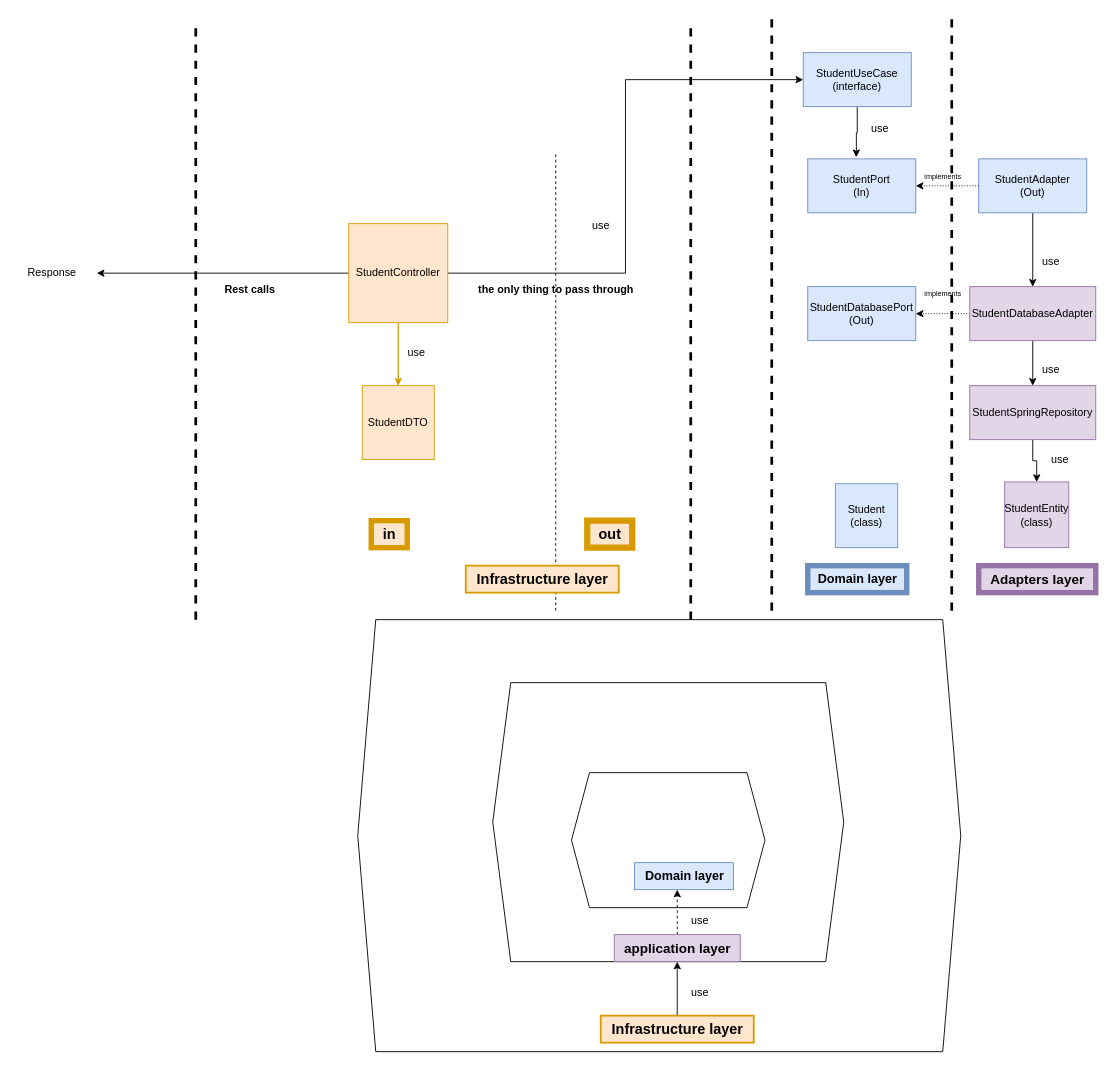
Before: hexagonal-architecure/my-poc-hexagonal/Diagram-hexagonal.drawio in amirensit/pocs, a draw.io diagram. Source tidied: cells renumbered, new cells numbered last; positions are measured from the earlier drawing's top-left corner, leaving out a move shared by most shapes. Both pictures are drawn from the tidied source at 90%, with x=0, y=0 at pixel (15, 16).
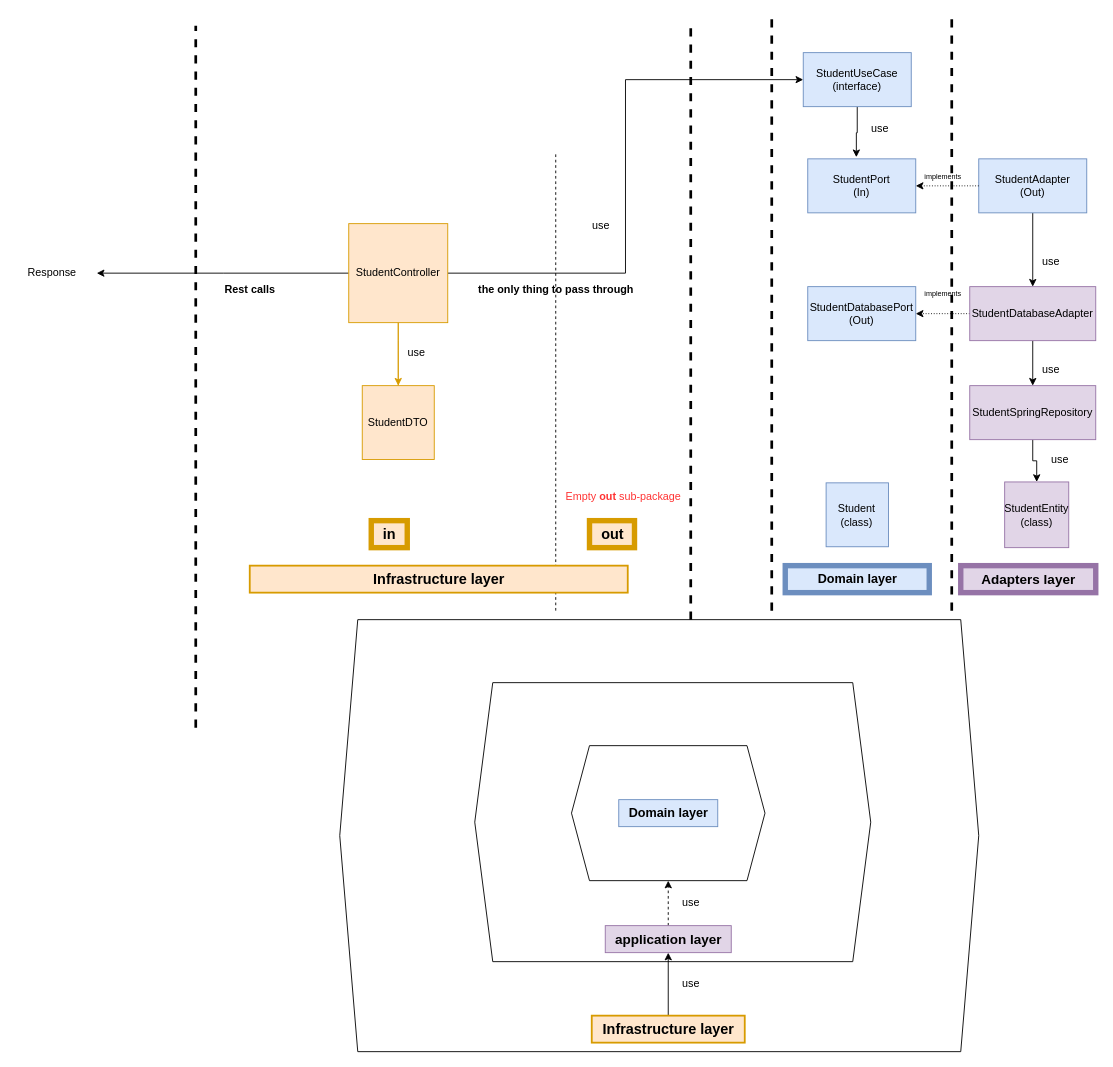
After the change.

Change to the diagram source:
```diff
@@
     <mxCell id="3" style="shape=hexagon;perimeter=hexagonPerimeter2;whiteSpace=wrap;html=1;fixedSize=1;" parent="1" vertex="1">
-      <mxGeometry x="380" y="670" width="670" height="480" as="geometry" />
+      <mxGeometry x="360" y="670" width="710" height="480" as="geometry" />
     </mxCell>
     <mxCell id="4" style="shape=hexagon;perimeter=hexagonPerimeter2;whiteSpace=wrap;html=1;fixedSize=1;" parent="1" vertex="1">
-      <mxGeometry x="530" y="740" width="390" height="310" as="geometry" />
+      <mxGeometry x="510" y="740" width="440" height="310" as="geometry" />
     </mxCell>
@@
     <mxCell id="7" value="Student&lt;br&gt;(class)" style="whiteSpace=wrap;html=1;fillColor=#dae8fc;strokeColor=#6c8ebf;" parent="1" vertex="1">
-      <mxGeometry x="910.7" y="519" width="69.3" height="71" as="geometry" />
+      <mxGeometry x="900.4" y="518" width="69.3" height="71" as="geometry" />
     </mxCell>
@@
     <mxCell id="10" value="&lt;font size=&quot;1&quot; style=&quot;&quot;&gt;&lt;b style=&quot;font-size: 15px;&quot;&gt;Adapters layer&lt;/b&gt;&lt;/font&gt;" style="text;html=1;align=center;verticalAlign=middle;strokeColor=#9673a6;fillColor=#e1d5e7;strokeWidth=6;" parent="1" vertex="1">
-      <mxGeometry x="1070" y="610" width="130" height="30" as="geometry" />
+      <mxGeometry x="1050" y="610" width="150" height="30" as="geometry" />
     </mxCell>
@@
     <mxCell id="16" value="&lt;b&gt;&lt;font style=&quot;font-size: 14px;&quot;&gt;Domain layer&lt;/font&gt;&lt;/b&gt;" style="text;html=1;align=center;verticalAlign=middle;strokeColor=#6c8ebf;fillColor=#dae8fc;strokeWidth=6;" parent="1" vertex="1">
-      <mxGeometry x="880" y="610" width="110" height="30" as="geometry" />
+      <mxGeometry x="855" y="610" width="160" height="30" as="geometry" />
     </mxCell>
     <mxCell id="17" style="shape=hexagon;perimeter=hexagonPerimeter2;whiteSpace=wrap;html=1;fixedSize=1;" parent="1" vertex="1">
-      <mxGeometry x="617.5" y="840" width="215" height="150" as="geometry" />
+      <mxGeometry x="617.5" y="810" width="215" height="150" as="geometry" />
     </mxCell>
@@
     <mxCell id="19" value="&lt;font style=&quot;font-size: 16px;&quot;&gt;&lt;b&gt;Infrastructure layer&lt;br&gt;&lt;/b&gt;&lt;/font&gt;" style="text;html=1;align=center;verticalAlign=middle;points=[];strokeColor=#d79b00;fillColor=#ffe6cc;strokeWidth=2;" parent="1" vertex="1">
-      <mxGeometry x="650" y="1110" width="170" height="30" as="geometry" />
+      <mxGeometry x="640" y="1110" width="170" height="30" as="geometry" />
     </mxCell>
     <mxCell id="20" value="&lt;b&gt;&lt;font style=&quot;font-size: 14px;&quot;&gt;Domain layer&lt;/font&gt;&lt;/b&gt;" style="text;html=1;align=center;verticalAlign=middle;strokeColor=#6c8ebf;fillColor=#dae8fc;" parent="1" vertex="1">
-      <mxGeometry x="687.5" y="940" width="110" height="30" as="geometry" />
+      <mxGeometry x="670" y="870" width="110" height="30" as="geometry" />
     </mxCell>
-    <mxCell id="21" style="edgeStyle=orthogonalEdgeStyle;rounded=0;jettySize=auto;html=1;dashed=1;flowAnimation=1;" parent="1" edge="1" source="22">
-      <mxGeometry relative="1" as="geometry">
-        <mxPoint x="735" y="970" as="targetPoint" />
-      </mxGeometry>
+    <mxCell id="21" style="edgeStyle=orthogonalEdgeStyle;rounded=0;jettySize=auto;html=1;dashed=1;flowAnimation=1;entryX=0.5;entryY=1;entryDx=0;entryDy=0;" parent="1" edge="1" source="22" target="17">
+      <mxGeometry relative="1" as="geometry" />
     </mxCell>
     <mxCell id="22" value="&lt;font size=&quot;1&quot; style=&quot;&quot;&gt;&lt;b style=&quot;font-size: 15px;&quot;&gt;application layer&lt;/b&gt;&lt;/font&gt;" style="text;html=1;align=center;verticalAlign=middle;points=[];strokeColor=#9673a6;fillColor=#e1d5e7;" parent="1" vertex="1">
-      <mxGeometry x="665" y="1020" width="140" height="30" as="geometry" />
+      <mxGeometry x="655" y="1010" width="140" height="30" as="geometry" />
     </mxCell>
     <mxCell id="23" value="use" style="text;html=1;align=center;verticalAlign=middle;" parent="1" vertex="1">
-      <mxGeometry x="740" y="990" width="40" height="30" as="geometry" />
+      <mxGeometry x="730" y="970" width="40" height="30" as="geometry" />
     </mxCell>
     <mxCell id="24" value="use" style="text;html=1;align=center;verticalAlign=middle;" parent="1" vertex="1">
-      <mxGeometry x="740" y="1070" width="40" height="30" as="geometry" />
+      <mxGeometry x="730" y="1060" width="40" height="30" as="geometry" />
     </mxCell>
@@
-    <mxCell id="26" value="&lt;font style=&quot;font-size: 16px;&quot;&gt;&lt;b&gt;out&lt;br&gt;&lt;/b&gt;&lt;/font&gt;" style="text;html=1;align=center;verticalAlign=middle;strokeColor=#d79b00;fillColor=#ffe6cc;strokeWidth=7;" parent="1" vertex="1">
-      <mxGeometry x="635" y="560" width="50" height="30" as="geometry" />
+    <mxCell id="26" value="&lt;font style=&quot;font-size: 16px;&quot;&gt;&lt;b&gt;out&lt;br&gt;&lt;/b&gt;&lt;/font&gt;" style="text;html=1;align=center;verticalAlign=middle;strokeColor=#d79b00;fillColor=#ffe6cc;strokeWidth=6;" parent="1" vertex="1">
+      <mxGeometry x="637.5" y="560" width="50" height="30" as="geometry" />
     </mxCell>
     <mxCell id="27" value="&lt;font style=&quot;font-size: 16px;&quot;&gt;&lt;b&gt;Infrastructure layer&lt;br&gt;&lt;/b&gt;&lt;/font&gt;" style="text;html=1;align=center;verticalAlign=middle;strokeColor=#d79b00;fillColor=#ffe6cc;strokeWidth=2;" parent="1" vertex="1">
-      <mxGeometry x="500" y="610" width="170" height="30" as="geometry" />
+      <mxGeometry x="260" y="610" width="420" height="30" as="geometry" />
     </mxCell>
@@
     <mxCell id="35" style="endArrow=none;dashed=1;html=1;rounded=0;strokeWidth=3;" parent="1" edge="1">
       <mxGeometry relative="1" as="geometry">
-        <mxPoint x="200" y="670" as="sourcePoint" />
+        <mxPoint x="200" y="790" as="sourcePoint" />
         <mxPoint x="200" y="10" as="targetPoint" />
       </mxGeometry>
     </mxCell>
@@
+    <mxCell id="53" value="&lt;font color=&quot;#ff3333&quot; style=&quot;font-size: 12px;&quot;&gt;Empty &lt;b&gt;out &lt;/b&gt;sub-package&lt;/font&gt;" style="text;html=1;align=center;verticalAlign=middle;strokeColor=none;fillColor=none;strokeWidth=5;" parent="1" vertex="1">
+      <mxGeometry x="600" y="519" width="150" height="30" as="geometry" />
+    </mxCell>
```
